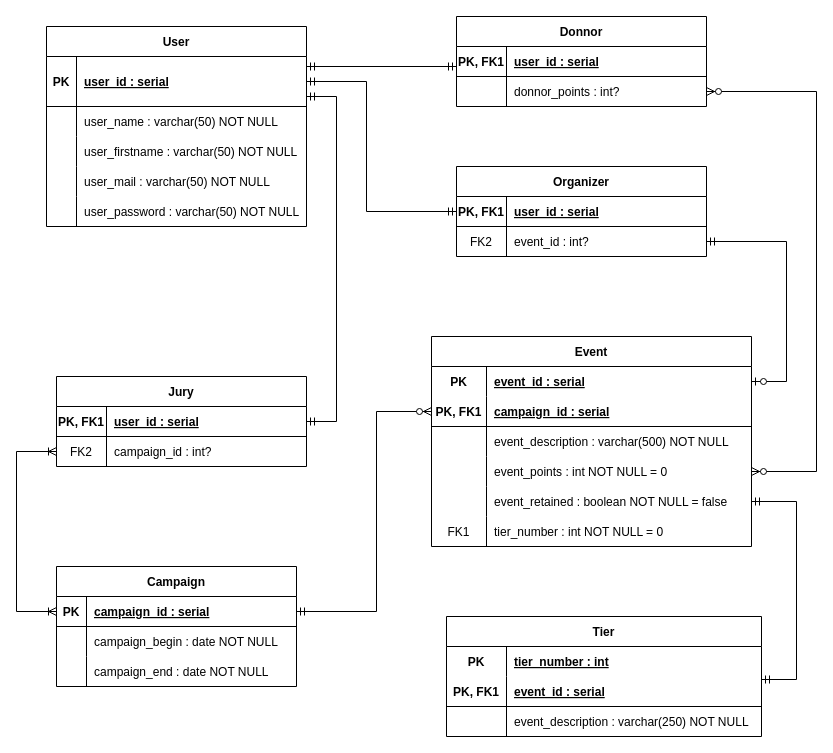
Above: sql/ER_Diagram.drawio in Pierron-Lucas/PHP-EVENT-IO (draw.io), before the change. Source tidied: cells renumbered, new cells numbered last; positions are measured from the earlier drawing's top-left corner, leaving out a move shared by most shapes. Both pictures are drawn from the tidied source at 100%, with x=0, y=0 at pixel (16, 16).
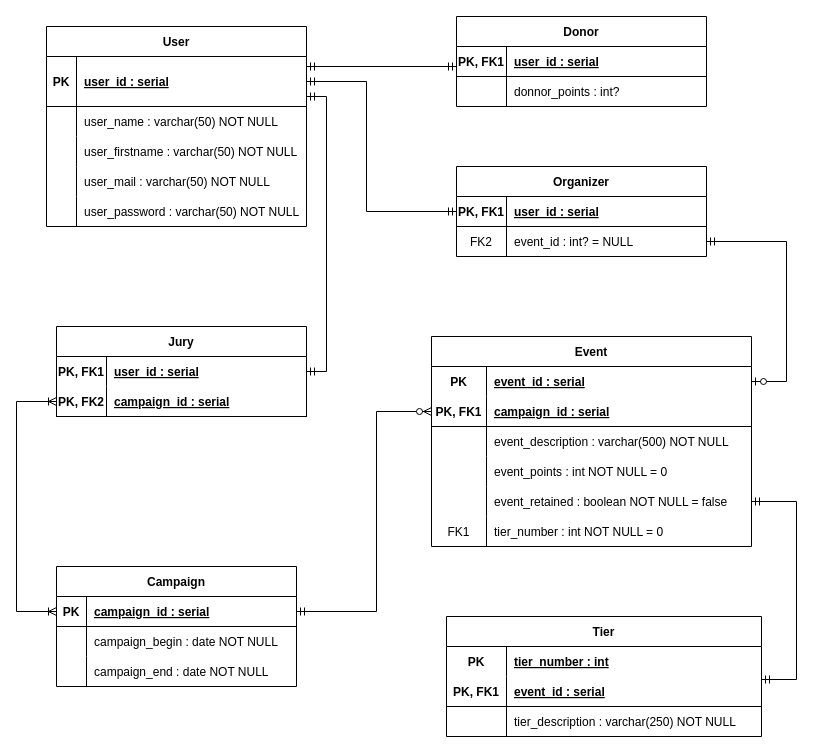
Above is the later version.

Unchanged cells that the change refers to:
```xml
<mxCell id="6" style="shape=partialRectangle;fillColor=none;points=[[0,0.5],[1,0.5]];portConstraint=eastwest;top=0;left=0;right=0;bottom=0;" parent="2" vertex="1">
  <mxGeometry y="60" width="250" height="30" as="geometry" />
</mxCell>
<mxCell id="10" style="shape=partialRectangle;fillColor=none;points=[[0,0.5],[1,0.5]];portConstraint=eastwest;top=0;left=0;right=0;bottom=1;" parent="9" vertex="1">
  <mxGeometry y="30" width="260" height="50" as="geometry" />
</mxCell>
<mxCell id="36" style="shape=partialRectangle;fillColor=none;top=0;left=0;bottom=1;right=0;points=[[0,0.5],[1,0.5]];portConstraint=eastwest;" parent="35" vertex="1">
  <mxGeometry y="30" width="240" height="30" as="geometry" />
</mxCell>
<mxCell id="50" style="shape=partialRectangle;fillColor=none;points=[[0,0.5],[1,0.5]];portConstraint=eastwest;top=0;left=0;right=0;bottom=0;" parent="46" vertex="1">
  <mxGeometry y="60" width="250" height="30" as="geometry" />
</mxCell>
<mxCell id="64" style="shape=partialRectangle;fillColor=none;top=0;left=0;bottom=0;right=0;points=[[0,0.5],[1,0.5]];portConstraint=eastwest;" parent="54" vertex="1">
  <mxGeometry y="120" width="320" height="30" as="geometry" />
</mxCell>
<mxCell id="80" style="shape=partialRectangle;fillColor=none;top=0;left=0;bottom=0;right=0;" parent="73" vertex="1">
  <mxGeometry y="90" width="315" height="30" as="geometry" />
</mxCell>
```

The edit, as a diff of the source:
```diff
@@
-    <mxCell id="8" value="event_id : int?" style="shape=partialRectangle;overflow=hidden;fillColor=none;top=0;left=0;bottom=0;right=0;align=left;spacingLeft=6;" parent="6" vertex="1">
+    <mxCell id="8" value="event_id : int? = NULL" style="shape=partialRectangle;overflow=hidden;fillColor=none;top=0;left=0;bottom=0;right=0;align=left;spacingLeft=6;" parent="6" vertex="1">
       <mxGeometry x="50" width="200" height="30" as="geometry" />
     </mxCell>
@@
     <mxCell id="27" value="Jury" style="shape=table;startSize=30;childLayout=tableLayout;rowLines=0;fontStyle=1;align=center;" parent="1" vertex="1">
-      <mxGeometry x="40" y="360" width="250" height="90" as="geometry" />
+      <mxGeometry x="40" y="310" width="250" height="90" as="geometry" />
     </mxCell>
-    <mxCell id="28" style="shape=partialRectangle;fillColor=none;points=[[0,0.5],[1,0.5]];portConstraint=eastwest;top=0;left=0;right=0;bottom=1;" parent="27" vertex="1">
-      <mxGeometry y="30" width="250" height="30" as="geometry" />
-    </mxCell>
+    <mxCell id="86" style="shape=tableRow;horizontal=0;startSize=0;swimlaneHead=0;swimlaneBody=0;fillColor=none;points=[[0,0.5],[1,0.5]];portConstraint=eastwest;top=0;left=0;right=0;bottom=0;" parent="27" vertex="1">
+      <mxGeometry y="30" width="250" height="30" as="geometry" />
+    </mxCell>
-    <mxCell id="29" value="PK, FK1" style="shape=partialRectangle;overflow=hidden;fillColor=none;top=0;left=0;bottom=0;right=0;fontStyle=1;" parent="28" vertex="1">
+    <mxCell id="29" value="PK, FK1" style="shape=partialRectangle;fillColor=none;top=0;left=0;bottom=0;right=0;fontStyle=1;overflow=hidden;" parent="86" vertex="1">
       <mxGeometry width="50" height="30" as="geometry" />
     </mxCell>
-    <mxCell id="30" value="user_id : serial" style="shape=partialRectangle;overflow=hidden;fillColor=none;top=0;left=0;bottom=0;right=0;align=left;spacingLeft=6;fontStyle=5;" parent="28" vertex="1">
+    <mxCell id="30" value="user_id : serial" style="shape=partialRectangle;fillColor=none;top=0;left=0;bottom=0;right=0;align=left;spacingLeft=6;fontStyle=5;overflow=hidden;" parent="86" vertex="1">
       <mxGeometry x="50" width="200" height="30" as="geometry" />
     </mxCell>
-    <mxCell id="31" style="shape=partialRectangle;fillColor=none;points=[[0,0.5],[1,0.5]];portConstraint=eastwest;top=0;left=0;right=0;bottom=0;" parent="27" vertex="1">
-      <mxGeometry y="60" width="250" height="30" as="geometry" />
-    </mxCell>
-    <mxCell id="32" value="FK2" style="shape=partialRectangle;overflow=hidden;fillColor=none;top=0;left=0;bottom=0;right=0;" parent="31" vertex="1">
-      <mxGeometry width="50" height="30" as="geometry" />
-    </mxCell>
-    <mxCell id="33" value="campaign_id : int?" style="shape=partialRectangle;overflow=hidden;fillColor=none;top=0;left=0;bottom=0;right=0;align=left;spacingLeft=6;" parent="31" vertex="1">
-      <mxGeometry x="50" width="200" height="30" as="geometry" />
-    </mxCell>
+    <mxCell id="87" style="shape=tableRow;horizontal=0;startSize=0;swimlaneHead=0;swimlaneBody=0;fillColor=none;points=[[0,0.5],[1,0.5]];portConstraint=eastwest;top=0;left=0;right=0;bottom=1;" parent="27" vertex="1">
+      <mxGeometry y="60" width="250" height="30" as="geometry" />
+    </mxCell>
+    <mxCell id="88" value="PK, FK2" style="shape=partialRectangle;fillColor=none;top=0;left=0;bottom=0;right=0;fontStyle=1;overflow=hidden;" parent="87" vertex="1">
+      <mxGeometry width="50" height="30" as="geometry" />
+    </mxCell>
+    <mxCell id="89" value="campaign_id : serial" style="shape=partialRectangle;fillColor=none;top=0;left=0;bottom=0;right=0;align=left;spacingLeft=6;fontStyle=5;overflow=hidden;" parent="87" vertex="1">
+      <mxGeometry x="50" width="200" height="30" as="geometry" />
+    </mxCell>
-    <mxCell id="34" style="edgeStyle=orthogonalEdgeStyle;fontSize=12;html=1;endArrow=ERmandOne;startArrow=ERmandOne;rounded=0;exitX=1;exitY=0.5;exitDx=0;exitDy=0;entryX=1;entryY=0.8;entryDx=0;entryDy=0;entryPerimeter=0;" parent="1" edge="1" source="28" target="10">
+    <mxCell id="34" style="edgeStyle=orthogonalEdgeStyle;fontSize=12;html=1;endArrow=ERmandOne;startArrow=ERmandOne;rounded=0;entryX=1;entryY=0.8;entryDx=0;entryDy=0;entryPerimeter=0;exitX=1;exitY=0.5;exitDx=0;exitDy=0;" parent="1" edge="1" source="86" target="10">
       <mxGeometry relative="1" as="geometry">
         <Array as="points">
-          <mxPoint x="320" y="405" />
-          <mxPoint x="320" y="80" />
+          <mxPoint x="310" y="355" />
+          <mxPoint x="310" y="80" />
         </Array>
       </mxGeometry>
     </mxCell>
@@
-    <mxCell id="45" style="edgeStyle=orthogonalEdgeStyle;fontSize=12;html=1;endArrow=ERoneToMany;startArrow=ERoneToMany;rounded=0;entryX=0;entryY=0.5;entryDx=0;entryDy=0;exitX=0;exitY=0.5;exitDx=0;exitDy=0;" parent="1" edge="1" source="36" target="31">
+    <mxCell id="45" style="edgeStyle=orthogonalEdgeStyle;fontSize=12;html=1;endArrow=ERoneToMany;startArrow=ERoneToMany;rounded=0;entryX=0;entryY=0.5;entryDx=0;entryDy=0;exitX=0;exitY=0.5;exitDx=0;exitDy=0;" parent="1" edge="1" source="36" target="87">
       <mxGeometry relative="1" as="geometry">
         <Array as="points">
           <mxPoint y="595" />
-          <mxPoint y="435" />
+          <mxPoint y="385" />
         </Array>
       </mxGeometry>
     </mxCell>
-    <mxCell id="46" value="Donnor" style="shape=table;startSize=30;childLayout=tableLayout;rowLines=0;fontStyle=1;align=center;" parent="1" vertex="1">
+    <mxCell id="46" value="Donor" style="shape=table;startSize=30;childLayout=tableLayout;rowLines=0;fontStyle=1;align=center;" parent="1" vertex="1">
       <mxGeometry x="440" width="250" height="90" as="geometry" />
     </mxCell>
@@
-    <mxCell id="82" value="event_description : varchar(250) NOT NULL" style="shape=partialRectangle;fillColor=none;top=0;left=0;bottom=0;right=0;align=left;spacingLeft=6;overflow=hidden;" parent="80" vertex="1">
+    <mxCell id="82" value="tier_description : varchar(250) NOT NULL" style="shape=partialRectangle;fillColor=none;top=0;left=0;bottom=0;right=0;align=left;spacingLeft=6;overflow=hidden;" parent="80" vertex="1">
       <mxGeometry x="60" width="255" height="30" as="geometry" />
     </mxCell>
@@
-    <mxCell id="84" style="edgeStyle=orthogonalEdgeStyle;fontSize=12;html=1;endArrow=ERzeroToMany;endFill=1;startArrow=ERzeroToMany;rounded=0;exitX=1;exitY=0.5;exitDx=0;exitDy=0;entryX=1;entryY=0.5;entryDx=0;entryDy=0;" parent="1" edge="1" source="64" target="50">
-      <mxGeometry relative="1" as="geometry">
-        <Array as="points">
-          <mxPoint x="800" y="455" />
-          <mxPoint x="800" y="75" />
-        </Array>
-      </mxGeometry>
-    </mxCell>
```
